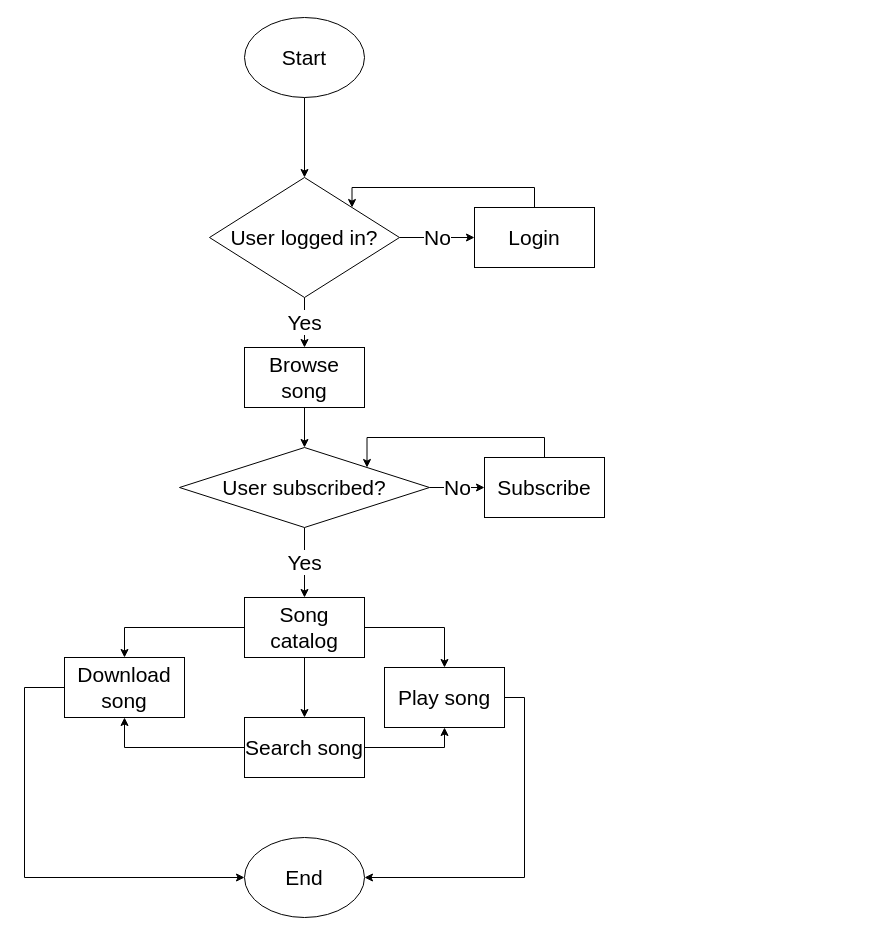
Before: Flowchart.drawio in wildman9x/1631, a draw.io diagram. Source tidied: cells renumbered, new cells numbered last; positions are measured from the earlier drawing's top-left corner, leaving out a move shared by most shapes. Both pictures are drawn from the tidied source at 100%, with x=0, y=0 at pixel (24, 17).
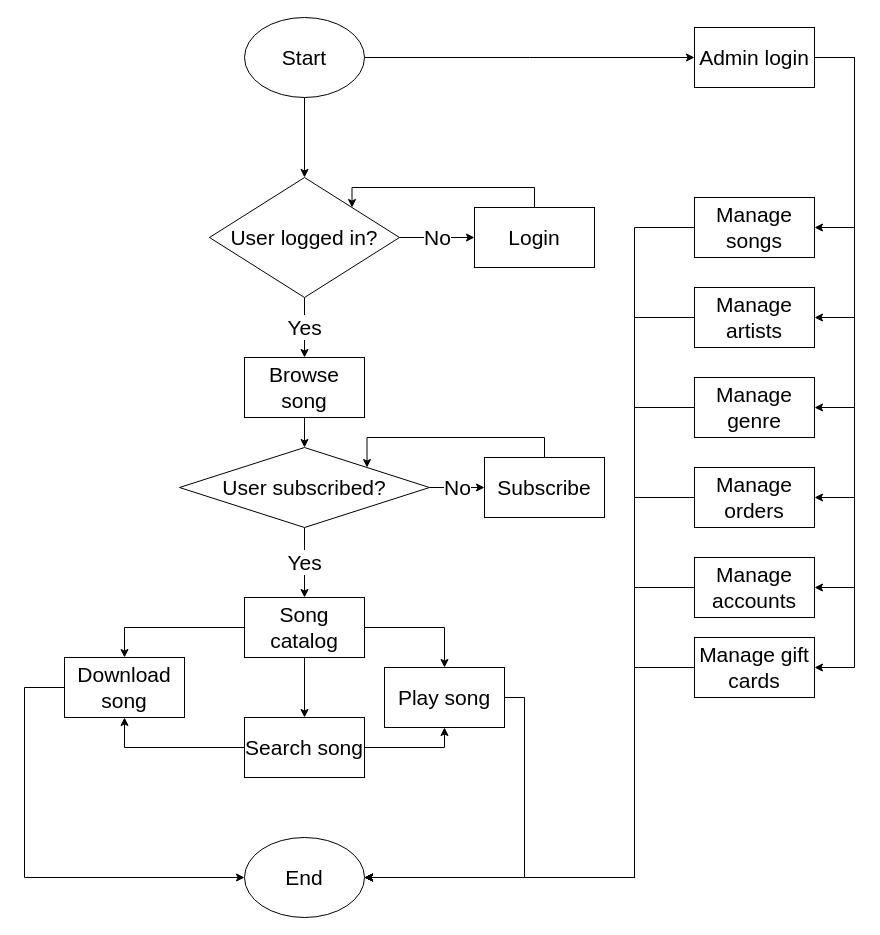
The same diagram, later.

Unchanged cells that the change refers to:
```xml
<mxCell id="3" value="Start" style="ellipse;whiteSpace=wrap;html=1;fontSize=21;" parent="1" vertex="1">
  <mxGeometry x="220" width="120" height="80" as="geometry" />
</mxCell>
<mxCell id="4" value="End" style="ellipse;whiteSpace=wrap;html=1;fontSize=21;" parent="1" vertex="1">
  <mxGeometry x="220" y="820" width="120" height="80" as="geometry" />
</mxCell>
<mxCell id="12" value="User logged in?" style="rhombus;whiteSpace=wrap;html=1;fontSize=21;" parent="1" vertex="1">
  <mxGeometry x="185" y="160" width="190" height="120" as="geometry" />
</mxCell>
```

The edit, as a diff of the source:
```diff
@@
+    <mxCell id="28" style="edgeStyle=elbowEdgeStyle;rounded=0;jettySize=auto;html=1;fontSize=21;" parent="1" edge="1" source="3" target="35">
+      <mxGeometry relative="1" as="geometry" />
+    </mxCell>
@@
-    <mxCell id="11" value="Yes" style="edgeStyle=orthogonalEdgeStyle;rounded=0;jettySize=auto;html=1;fontSize=21;entryX=0.5;entryY=0;entryDx=0;entryDy=0;" parent="1" edge="1" source="12" target="25">
+    <mxCell id="11" value="Yes" style="edgeStyle=elbowEdgeStyle;rounded=0;jettySize=auto;html=1;fontSize=21;entryX=0.5;entryY=0;entryDx=0;entryDy=0;" parent="1" edge="1" source="12" target="25">
       <mxGeometry relative="1" as="geometry" />
     </mxCell>
@@
     <mxCell id="25" value="Browse song" style="rounded=0;whiteSpace=wrap;html=1;fontSize=21;" parent="1" vertex="1">
-      <mxGeometry x="220" y="330" width="120" height="60" as="geometry" />
+      <mxGeometry x="220" y="340" width="120" height="60" as="geometry" />
     </mxCell>
@@
+    <mxCell id="29" style="edgeStyle=elbowEdgeStyle;rounded=0;jettySize=auto;html=1;exitX=1;exitY=0.5;exitDx=0;exitDy=0;entryX=1;entryY=0.5;entryDx=0;entryDy=0;fontSize=21;" parent="1" edge="1" source="35" target="37">
+      <mxGeometry relative="1" as="geometry">
+        <Array as="points">
+          <mxPoint x="830" y="130" />
+        </Array>
+      </mxGeometry>
+    </mxCell>
+    <mxCell id="30" style="edgeStyle=elbowEdgeStyle;rounded=0;jettySize=auto;html=1;exitX=1;exitY=0.5;exitDx=0;exitDy=0;entryX=1;entryY=0.5;entryDx=0;entryDy=0;fontSize=21;" parent="1" edge="1" source="35" target="39">
+      <mxGeometry relative="1" as="geometry">
+        <Array as="points">
+          <mxPoint x="830" y="170" />
+        </Array>
+      </mxGeometry>
+    </mxCell>
+    <mxCell id="31" style="edgeStyle=elbowEdgeStyle;rounded=0;jettySize=auto;html=1;entryX=1;entryY=0.5;entryDx=0;entryDy=0;fontSize=21;" parent="1" edge="1" source="35" target="41">
+      <mxGeometry relative="1" as="geometry">
+        <Array as="points">
+          <mxPoint x="830" y="230" />
+        </Array>
+      </mxGeometry>
+    </mxCell>
+    <mxCell id="32" style="edgeStyle=elbowEdgeStyle;rounded=0;jettySize=auto;html=1;exitX=1;exitY=0.5;exitDx=0;exitDy=0;entryX=1;entryY=0.5;entryDx=0;entryDy=0;fontSize=21;" parent="1" edge="1" source="35" target="43">
+      <mxGeometry relative="1" as="geometry">
+        <Array as="points">
+          <mxPoint x="830" y="110" />
+        </Array>
+      </mxGeometry>
+    </mxCell>
+    <mxCell id="33" style="edgeStyle=elbowEdgeStyle;rounded=0;jettySize=auto;html=1;exitX=1;exitY=0.5;exitDx=0;exitDy=0;entryX=1;entryY=0.5;entryDx=0;entryDy=0;fontSize=21;" parent="1" edge="1" source="35" target="45">
+      <mxGeometry relative="1" as="geometry">
+        <Array as="points">
+          <mxPoint x="830" y="100" />
+        </Array>
+      </mxGeometry>
+    </mxCell>
+    <mxCell id="34" style="edgeStyle=elbowEdgeStyle;rounded=0;jettySize=auto;html=1;exitX=1;exitY=0.5;exitDx=0;exitDy=0;entryX=1;entryY=0.5;entryDx=0;entryDy=0;fontSize=21;" parent="1" edge="1" source="35" target="47">
+      <mxGeometry relative="1" as="geometry">
+        <Array as="points">
+          <mxPoint x="830" y="150" />
+        </Array>
+      </mxGeometry>
+    </mxCell>
+    <mxCell id="35" value="Admin login" style="rounded=0;whiteSpace=wrap;html=1;fontSize=21;" parent="1" vertex="1">
+      <mxGeometry x="670" y="10" width="120" height="60" as="geometry" />
+    </mxCell>
+    <mxCell id="36" style="edgeStyle=elbowEdgeStyle;rounded=0;jettySize=auto;html=1;exitX=0;exitY=0.5;exitDx=0;exitDy=0;entryX=1;entryY=0.5;entryDx=0;entryDy=0;fontSize=21;" parent="1" edge="1" source="37" target="4">
+      <mxGeometry relative="1" as="geometry">
+        <Array as="points">
+          <mxPoint x="610" y="520" />
+        </Array>
+      </mxGeometry>
+    </mxCell>
+    <mxCell id="37" value="Manage songs" style="rounded=0;whiteSpace=wrap;html=1;fontSize=21;" parent="1" vertex="1">
+      <mxGeometry x="670" y="180" width="120" height="60" as="geometry" />
+    </mxCell>
+    <mxCell id="38" style="edgeStyle=elbowEdgeStyle;rounded=0;jettySize=auto;html=1;exitX=0;exitY=0.5;exitDx=0;exitDy=0;fontSize=21;entryX=1;entryY=0.5;entryDx=0;entryDy=0;" parent="1" edge="1" source="39" target="4">
+      <mxGeometry relative="1" as="geometry">
+        <Array as="points">
+          <mxPoint x="610" y="340" />
+        </Array>
+      </mxGeometry>
+    </mxCell>
+    <mxCell id="39" value="Manage artists" style="rounded=0;whiteSpace=wrap;html=1;fontSize=21;" parent="1" vertex="1">
+      <mxGeometry x="670" y="270" width="120" height="60" as="geometry" />
+    </mxCell>
+    <mxCell id="40" style="edgeStyle=elbowEdgeStyle;rounded=0;jettySize=auto;html=1;exitX=0;exitY=0.5;exitDx=0;exitDy=0;entryX=1;entryY=0.5;entryDx=0;entryDy=0;fontSize=21;" parent="1" edge="1" source="41" target="4">
+      <mxGeometry relative="1" as="geometry">
+        <Array as="points">
+          <mxPoint x="610" y="400" />
+        </Array>
+      </mxGeometry>
+    </mxCell>
+    <mxCell id="41" value="Manage genre" style="rounded=0;whiteSpace=wrap;html=1;fontSize=21;" parent="1" vertex="1">
+      <mxGeometry x="670" y="360" width="120" height="60" as="geometry" />
+    </mxCell>
+    <mxCell id="42" style="edgeStyle=elbowEdgeStyle;rounded=0;jettySize=auto;html=1;exitX=0;exitY=0.5;exitDx=0;exitDy=0;entryX=1;entryY=0.5;entryDx=0;entryDy=0;fontSize=21;" parent="1" edge="1" source="43" target="4">
+      <mxGeometry relative="1" as="geometry">
+        <Array as="points">
+          <mxPoint x="610" y="580" />
+        </Array>
+      </mxGeometry>
+    </mxCell>
+    <mxCell id="43" value="Manage orders" style="rounded=0;whiteSpace=wrap;html=1;fontSize=21;" parent="1" vertex="1">
+      <mxGeometry x="670" y="450" width="120" height="60" as="geometry" />
+    </mxCell>
+    <mxCell id="44" style="edgeStyle=elbowEdgeStyle;rounded=0;jettySize=auto;html=1;exitX=0;exitY=0.5;exitDx=0;exitDy=0;entryX=1;entryY=0.5;entryDx=0;entryDy=0;fontSize=21;" parent="1" edge="1" source="45" target="4">
+      <mxGeometry relative="1" as="geometry">
+        <Array as="points">
+          <mxPoint x="610" y="620" />
+        </Array>
+      </mxGeometry>
+    </mxCell>
+    <mxCell id="45" value="Manage accounts" style="rounded=0;whiteSpace=wrap;html=1;fontSize=21;" parent="1" vertex="1">
+      <mxGeometry x="670" y="540" width="120" height="60" as="geometry" />
+    </mxCell>
+    <mxCell id="46" style="edgeStyle=elbowEdgeStyle;rounded=0;jettySize=auto;html=1;exitX=0;exitY=0.5;exitDx=0;exitDy=0;entryX=1;entryY=0.5;entryDx=0;entryDy=0;fontSize=21;" parent="1" edge="1" source="47" target="4">
+      <mxGeometry relative="1" as="geometry">
+        <Array as="points">
+          <mxPoint x="610" y="680" />
+        </Array>
+      </mxGeometry>
+    </mxCell>
+    <mxCell id="47" value="Manage gift cards" style="rounded=0;whiteSpace=wrap;html=1;fontSize=21;" parent="1" vertex="1">
+      <mxGeometry x="670" y="620" width="120" height="60" as="geometry" />
+    </mxCell>
```
